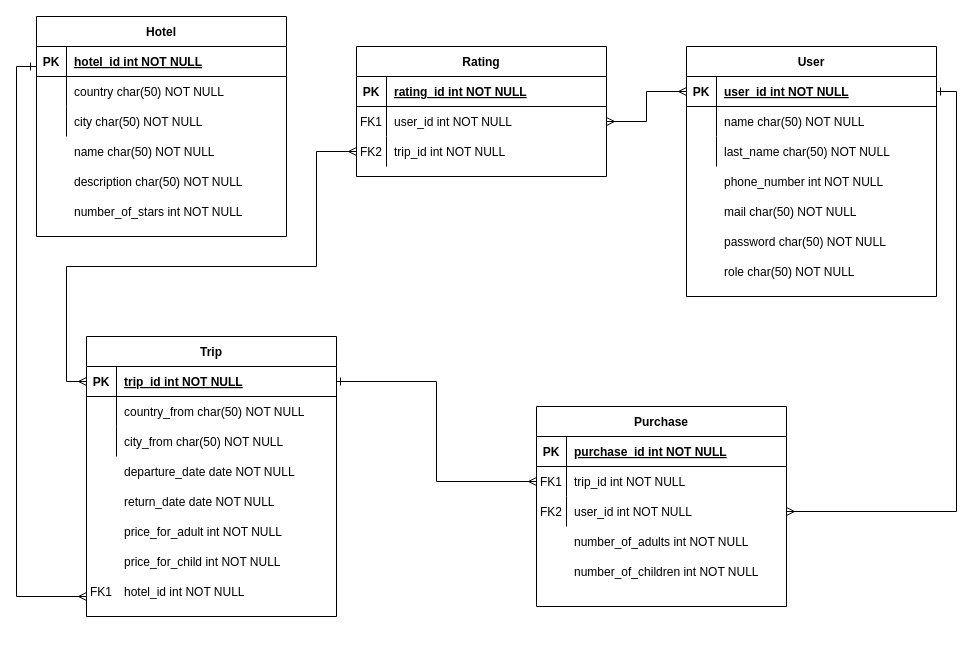
Earlier version of the draw.io diagram Diagram bez tytułu.drawio (bartlomiej-druszcz/travel-office). Source tidied: cells renumbered, new cells numbered last; positions are measured from the earlier drawing's top-left corner, leaving out a move shared by most shapes. Both pictures are drawn from the tidied source at 100%, with x=0, y=0 at pixel (16, 16).
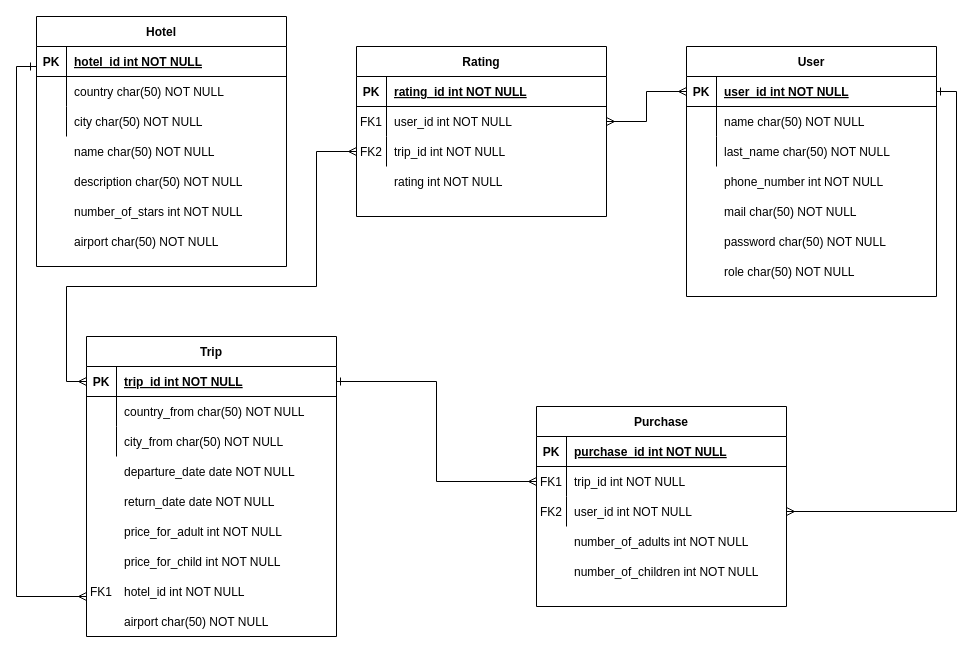
After the change.

Commit message:
Gotowy diagram tabel

Unchanged cells that the change refers to:
```xml
<mxCell id="3" style="shape=partialRectangle;fillColor=none;points=[[0,0.5],[1,0.5]];portConstraint=eastwest;top=0;left=0;right=0;bottom=1;" parent="2" vertex="1">
  <mxGeometry y="30" width="250" height="30" as="geometry" />
</mxCell>
<mxCell id="66" style="shape=partialRectangle;fillColor=none;points=[[0,0.5],[1,0.5]];portConstraint=eastwest;top=0;left=0;right=0;bottom=0;" parent="59" vertex="1">
  <mxGeometry y="90" width="250" height="30" as="geometry" />
</mxCell>
```

The edit, as a diff of the source:
```diff
@@
     <mxCell id="2" value="Trip" style="shape=table;startSize=30;childLayout=tableLayout;rowLines=0;fontStyle=1;align=center;" parent="1" vertex="1">
-      <mxGeometry x="70" y="320" width="250" height="280" as="geometry" />
+      <mxGeometry x="70" y="320" width="250" height="300" as="geometry" />
     </mxCell>
@@
     <mxCell id="16" value="Hotel" style="shape=table;startSize=30;childLayout=tableLayout;rowLines=0;fontStyle=1;align=center;" parent="1" vertex="1">
-      <mxGeometry x="20" width="250" height="220" as="geometry" />
+      <mxGeometry x="20" width="250" height="250" as="geometry" />
     </mxCell>
@@
     <mxCell id="59" value="Rating" style="shape=table;startSize=30;childLayout=tableLayout;rowLines=0;fontStyle=1;align=center;" parent="1" vertex="1">
-      <mxGeometry x="340" y="30" width="250" height="130" as="geometry" />
+      <mxGeometry x="340" y="30" width="250" height="170" as="geometry" />
     </mxCell>
@@
     <mxCell id="69" style="edgeStyle=orthogonalEdgeStyle;rounded=0;jettySize=auto;html=1;exitX=0;exitY=0.5;exitDx=0;exitDy=0;entryX=0;entryY=0.5;entryDx=0;entryDy=0;endArrow=ERmany;endFill=0;startArrow=ERmany;startFill=0;" parent="1" edge="1" source="3" target="66">
       <mxGeometry relative="1" as="geometry">
         <Array as="points">
           <mxPoint x="50" y="365" />
-          <mxPoint x="50" y="250" />
-          <mxPoint x="300" y="250" />
+          <mxPoint x="50" y="270" />
+          <mxPoint x="300" y="270" />
           <mxPoint x="300" y="135" />
         </Array>
       </mxGeometry>
     </mxCell>
@@
+    <mxCell id="74" value="rating int NOT NULL" style="shape=partialRectangle;overflow=hidden;fillColor=none;top=0;left=0;bottom=0;right=0;align=left;spacingLeft=6;" parent="1" vertex="1">
+      <mxGeometry x="370" y="150" width="220" height="30" as="geometry" />
+    </mxCell>
+    <mxCell id="75" value="airport char(50) NOT NULL" style="shape=partialRectangle;overflow=hidden;fillColor=none;top=0;left=0;bottom=0;right=0;align=left;spacingLeft=6;" parent="1" vertex="1">
+      <mxGeometry x="50" y="210" width="220" height="30" as="geometry" />
+    </mxCell>
+    <mxCell id="76" value="airport char(50) NOT NULL" style="shape=partialRectangle;overflow=hidden;fillColor=none;top=0;left=0;bottom=0;right=0;align=left;spacingLeft=6;" parent="1" vertex="1">
+      <mxGeometry x="100" y="590" width="220" height="30" as="geometry" />
+    </mxCell>
```
